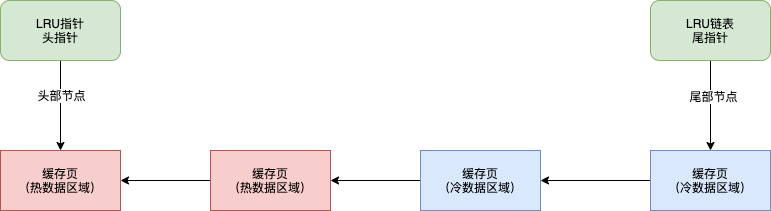
sivanbil/architecthure-diagram keeps this draw.io diagram as Innodb-buffer-pool-lru.png. Above is the earlier version. Source tidied: cells renumbered, new cells last; positions are measured from the earlier drawing's top-left corner, leaving out a move shared by most shapes.
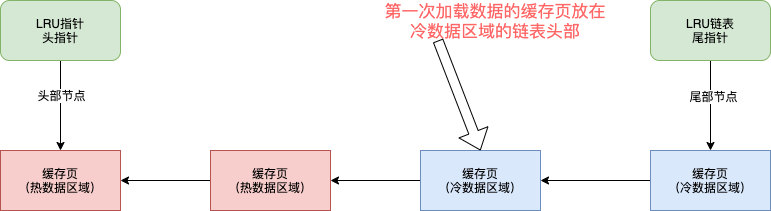
The same file after the commit.

Diff of the diagram source:
```diff
@@ -41,5 +41,11 @@
     <mxCell id="14" value="LRU链表&lt;br&gt;尾指针" style="rounded=1;whiteSpace=wrap;html=1;fillColor=#d5e8d4;strokeColor=#82b366;" parent="1" vertex="1">
       <mxGeometry x="650" width="120" height="60" as="geometry" />
     </mxCell>
+    <mxCell id="15" value="&lt;font style=&quot;font-size: 17px&quot;&gt;第一次加载数据的缓存页放在冷数据区域的链表头部&lt;/font&gt;" style="text;html=1;strokeColor=none;fillColor=none;align=center;verticalAlign=middle;whiteSpace=wrap;rounded=0;fontColor=#FF6666;" parent="1" vertex="1">
+      <mxGeometry x="380" width="230" height="40" as="geometry" />
+    </mxCell>
+    <mxCell id="16" style="shape=flexArrow;endArrow=classic;html=1;fontColor=#FF6666;entryX=0.5;entryY=0;entryDx=0;entryDy=0;exitX=0.25;exitY=1;exitDx=0;exitDy=0;" parent="1" edge="1" source="15" target="6">
+      <mxGeometry relative="1" as="geometry" />
+    </mxCell>
   </root>
 </mxGraphModel>
```
